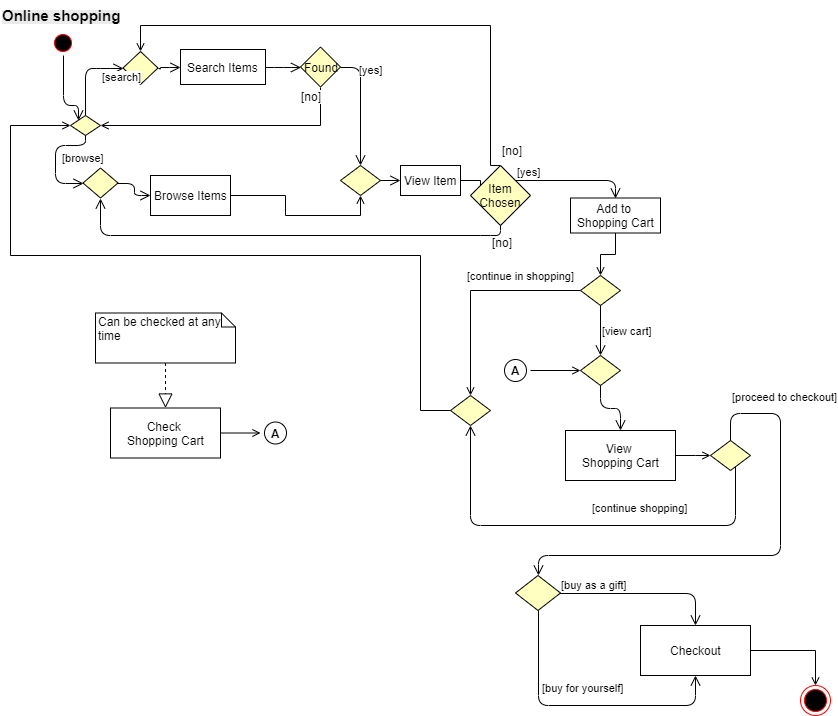
Before: term_work/docs/UML_activity_diagram.png, a diagram exported from draw.io (KubikJan7/IWWW). Source tidied: cells renumbered, new cells last; positions are measured from the earlier drawing's top-left corner, leaving out a move shared by most shapes. Its diagram source:
```xml
<mxGraphModel>
  <root>
    <mxCell id="0" />
    <mxCell id="1" parent="0" />
    <mxCell id="2" style="ellipse;html=1;shape=startState;fillColor=#000000;strokeColor=#ff0000;" parent="1" vertex="1">
      <mxGeometry x="50" y="30" width="25" height="25" as="geometry" />
    </mxCell>
    <mxCell id="3" style="edgeStyle=orthogonalEdgeStyle;html=1;verticalAlign=bottom;endArrow=open;endSize=8;strokeColor=#000000;entryX=0;entryY=0;exitX=0.5;exitY=1;" parent="1" edge="1" source="2" target="5">
      <mxGeometry relative="1" as="geometry">
        <Array as="points">
          <mxPoint x="63" y="105" />
          <mxPoint x="78" y="105" />
        </Array>
      </mxGeometry>
    </mxCell>
    <mxCell id="4" value="&lt;b style=&quot;color: rgb(0, 0, 0); font-family: Helvetica; font-size: 12px; font-style: normal; font-variant-ligatures: normal; font-variant-caps: normal; letter-spacing: normal; orphans: 2; text-align: center; text-indent: 0px; text-transform: none; white-space: nowrap; widows: 2; word-spacing: 0px; -webkit-text-stroke-width: 0px; background-color: rgb(235, 235, 235); text-decoration-style: initial; text-decoration-color: initial;&quot;&gt;&lt;font style=&quot;font-size: 15px;&quot;&gt;Online shopping&lt;/font&gt;&lt;/b&gt;" style="text;html=1;" parent="1" vertex="1">
      <mxGeometry width="140" height="30" as="geometry" />
    </mxCell>
    <mxCell id="5" style="rhombus;whiteSpace=wrap;html=1;fillColor=#ffffc0;strokeColor=#000000;" parent="1" vertex="1">
      <mxGeometry x="70" y="115" width="30" height="20" as="geometry" />
    </mxCell>
    <mxCell id="6" value="[browse]&lt;br&gt;" style="edgeStyle=orthogonalEdgeStyle;html=1;align=left;verticalAlign=top;endArrow=open;endSize=8;strokeColor=#000000;entryX=0;entryY=0.5;" parent="1" edge="1" source="5" target="16">
      <mxGeometry x="-0.34" relative="1" as="geometry">
        <Array as="points">
          <mxPoint x="85" y="145" />
          <mxPoint x="55" y="145" />
          <mxPoint x="55" y="183" />
        </Array>
      </mxGeometry>
    </mxCell>
    <mxCell id="7" style="edgeStyle=orthogonalEdgeStyle;html=1;align=left;verticalAlign=bottom;endArrow=open;endSize=8;strokeColor=#000000;exitX=1;exitY=0.5;" parent="1" edge="1" source="10" target="14">
      <mxGeometry x="-0.82" y="50" relative="1" as="geometry" />
    </mxCell>
    <mxCell id="8" style="rhombus;whiteSpace=wrap;html=1;fillColor=#ffffc0;strokeColor=#000000;" parent="1" vertex="1">
      <mxGeometry x="122.5" y="51" width="35" height="33" as="geometry" />
    </mxCell>
    <mxCell id="9" value="[search]" style="edgeStyle=orthogonalEdgeStyle;html=1;align=left;verticalAlign=bottom;endArrow=open;endSize=8;strokeColor=#000000;exitX=0.5;exitY=0;entryX=0;entryY=0.5;" parent="1" edge="1" source="5" target="8">
      <mxGeometry x="0.47" y="-17" relative="1" as="geometry">
        <Array as="points">
          <mxPoint x="85" y="68" />
          <mxPoint x="100" y="68" />
        </Array>
      </mxGeometry>
    </mxCell>
    <mxCell id="10" value="Search Items&lt;br&gt;" style="html=1;" parent="1" vertex="1">
      <mxGeometry x="180" y="49" width="85" height="35" as="geometry" />
    </mxCell>
    <mxCell id="11" style="edgeStyle=orthogonalEdgeStyle;html=1;align=left;verticalAlign=bottom;endArrow=open;endSize=8;strokeColor=#000000;entryX=0;entryY=0.5;entryDx=0;entryDy=0;exitX=1;exitY=0.5;exitDx=0;exitDy=0;" parent="1" edge="1" source="8" target="10">
      <mxGeometry x="-0.82" y="50" relative="1" as="geometry">
        <Array as="points">
          <mxPoint x="160" y="67" />
        </Array>
      </mxGeometry>
    </mxCell>
    <mxCell id="12" style="edgeStyle=orthogonalEdgeStyle;rounded=0;html=1;entryX=1;entryY=0.5;jettySize=auto;exitX=0.5;exitY=1;endArrow=open;endFill=0;" parent="1" edge="1" source="14" target="5">
      <mxGeometry relative="1" as="geometry">
        <Array as="points">
          <mxPoint x="320" y="125" />
        </Array>
      </mxGeometry>
    </mxCell>
    <mxCell id="13" value="[no]" style="text;html=1;align=center;verticalAlign=middle;labelBackgroundColor=#ffffff;" parent="12" vertex="1">
      <mxGeometry x="-0.72" y="-13" relative="1" as="geometry">
        <mxPoint x="3" y="-28" as="offset" />
      </mxGeometry>
    </mxCell>
    <mxCell id="14" value="Found" style="rhombus;whiteSpace=wrap;html=1;fillColor=#ffffc0;strokeColor=#000000;" parent="1" vertex="1">
      <mxGeometry x="300" y="46.5" width="40" height="40" as="geometry" />
    </mxCell>
    <mxCell id="15" value="[yes]" style="edgeStyle=orthogonalEdgeStyle;html=1;align=left;verticalAlign=top;endArrow=open;endSize=8;strokeColor=#000000;exitX=1;exitY=0.5;" parent="1" edge="1" source="14" target="18">
      <mxGeometry x="-0.71" y="10" relative="1" as="geometry">
        <Array as="points">
          <mxPoint x="360" y="67" />
          <mxPoint x="360" y="180" />
        </Array>
      </mxGeometry>
    </mxCell>
    <mxCell id="16" style="rhombus;whiteSpace=wrap;html=1;fillColor=#ffffc0;strokeColor=#000000;" parent="1" vertex="1">
      <mxGeometry x="82.5" y="167.5" width="35" height="30" as="geometry" />
    </mxCell>
    <mxCell id="17" style="edgeStyle=orthogonalEdgeStyle;html=1;align=left;verticalAlign=bottom;endArrow=open;endSize=8;strokeColor=#000000;" parent="1" edge="1" source="16" target="21">
      <mxGeometry x="-1" relative="1" as="geometry" />
    </mxCell>
    <mxCell id="18" style="rhombus;whiteSpace=wrap;html=1;fillColor=#ffffc0;strokeColor=#000000;" parent="1" vertex="1">
      <mxGeometry x="340" y="165" width="40" height="30" as="geometry" />
    </mxCell>
    <mxCell id="19" style="edgeStyle=orthogonalEdgeStyle;html=1;align=left;verticalAlign=bottom;endArrow=open;endSize=8;strokeColor=#000000;" parent="1" edge="1" source="18" target="23">
      <mxGeometry x="-1" relative="1" as="geometry" />
    </mxCell>
    <mxCell id="20" style="edgeStyle=orthogonalEdgeStyle;rounded=0;html=1;entryX=0.5;entryY=1;jettySize=auto;strokeColor=#000000;endArrow=open;endFill=0;" parent="1" edge="1" source="21" target="18">
      <mxGeometry relative="1" as="geometry" />
    </mxCell>
    <mxCell id="21" value="Browse Items" style="html=1;strokeColor=#000000;" parent="1" vertex="1">
      <mxGeometry x="150" y="175" width="80" height="40" as="geometry" />
    </mxCell>
    <mxCell id="22" style="edgeStyle=orthogonalEdgeStyle;rounded=0;html=1;entryX=0;entryY=0.5;jettySize=auto;strokeColor=#000000;" parent="1" edge="1" source="23" target="25">
      <mxGeometry relative="1" as="geometry" />
    </mxCell>
    <mxCell id="23" value="View Item" style="html=1;strokeColor=#000000;" parent="1" vertex="1">
      <mxGeometry x="400" y="165" width="60" height="30" as="geometry" />
    </mxCell>
    <mxCell id="24" style="edgeStyle=orthogonalEdgeStyle;rounded=0;html=1;jettySize=auto;strokeColor=#000000;entryX=0.5;entryY=0;exitX=0.5;exitY=0;endArrow=open;endFill=0;" parent="1" edge="1" source="25" target="8">
      <mxGeometry relative="1" as="geometry">
        <Array as="points">
          <mxPoint x="490" y="25" />
          <mxPoint x="140" y="25" />
        </Array>
      </mxGeometry>
    </mxCell>
    <mxCell id="25" value="Item Chosen" style="rhombus;whiteSpace=wrap;html=1;fillColor=#ffffc0;strokeColor=#000000;" parent="1" vertex="1">
      <mxGeometry x="470" y="165" width="60" height="60" as="geometry" />
    </mxCell>
    <mxCell id="26" value="[yes]&lt;br&gt;" style="edgeStyle=orthogonalEdgeStyle;html=1;align=left;verticalAlign=bottom;endArrow=open;endSize=8;strokeColor=#000000;entryX=0.5;entryY=0;" parent="1" edge="1" source="25" target="29">
      <mxGeometry x="-1" relative="1" as="geometry">
        <Array as="points">
          <mxPoint x="615" y="180" />
        </Array>
      </mxGeometry>
    </mxCell>
    <mxCell id="27" style="edgeStyle=orthogonalEdgeStyle;html=1;align=left;verticalAlign=top;endArrow=open;endSize=8;strokeColor=#000000;entryX=0.5;entryY=1;exitX=0.5;exitY=1;" parent="1" edge="1" source="25" target="16">
      <mxGeometry x="-1" relative="1" as="geometry">
        <Array as="points">
          <mxPoint x="490" y="235" />
          <mxPoint x="65" y="235" />
        </Array>
      </mxGeometry>
    </mxCell>
    <mxCell id="28" style="edgeStyle=orthogonalEdgeStyle;rounded=0;html=1;entryX=0.5;entryY=0;jettySize=auto;strokeColor=#000000;endArrow=open;endFill=0;" parent="1" edge="1" source="29" target="33">
      <mxGeometry relative="1" as="geometry" />
    </mxCell>
    <mxCell id="29" value="Add to &lt;br&gt;Shopping Cart" style="html=1;strokeColor=#000000;" parent="1" vertex="1">
      <mxGeometry x="570" y="197.5" width="90" height="35" as="geometry" />
    </mxCell>
    <mxCell id="30" value="[no]" style="text;html=1;align=left;verticalAlign=top;spacingTop=-4;" parent="1" vertex="1">
      <mxGeometry x="500" y="141" width="40" height="20" as="geometry" />
    </mxCell>
    <mxCell id="31" value="[no]" style="text;html=1;align=left;verticalAlign=top;spacingTop=-4;" parent="1" vertex="1">
      <mxGeometry x="490" y="233" width="40" height="20" as="geometry" />
    </mxCell>
    <mxCell id="32" value="[continue in shopping]" style="edgeStyle=orthogonalEdgeStyle;rounded=0;html=1;jettySize=auto;strokeColor=#000000;endArrow=open;endFill=0;" parent="1" edge="1" source="33" target="43">
      <mxGeometry x="-0.44" y="-15" relative="1" as="geometry" />
    </mxCell>
    <mxCell id="33" style="rhombus;whiteSpace=wrap;html=1;fillColor=#ffffc0;strokeColor=#000000;" parent="1" vertex="1">
      <mxGeometry x="580" y="275" width="40" height="30" as="geometry" />
    </mxCell>
    <mxCell id="34" value="[view cart]" style="edgeStyle=orthogonalEdgeStyle;html=1;align=left;verticalAlign=top;endArrow=open;endSize=8;strokeColor=#000000;" parent="1" edge="1" source="33" target="35">
      <mxGeometry x="-0.5" relative="1" as="geometry" />
    </mxCell>
    <mxCell id="35" style="rhombus;whiteSpace=wrap;html=1;fillColor=#ffffc0;strokeColor=#000000;" parent="1" vertex="1">
      <mxGeometry x="580" y="355" width="40" height="30" as="geometry" />
    </mxCell>
    <mxCell id="36" style="edgeStyle=orthogonalEdgeStyle;html=1;align=left;verticalAlign=top;endArrow=open;endSize=8;strokeColor=#000000;" parent="1" edge="1" source="35" target="38">
      <mxGeometry x="-1" relative="1" as="geometry" />
    </mxCell>
    <mxCell id="37" style="edgeStyle=orthogonalEdgeStyle;rounded=0;html=1;jettySize=auto;strokeColor=#000000;endArrow=open;endFill=0;" parent="1" edge="1" source="38" target="39">
      <mxGeometry relative="1" as="geometry">
        <Array as="points">
          <mxPoint x="695" y="455" />
          <mxPoint x="695" y="455" />
        </Array>
      </mxGeometry>
    </mxCell>
    <mxCell id="38" value="View &lt;br&gt;Shopping Cart" style="html=1;strokeColor=#000000;" parent="1" vertex="1">
      <mxGeometry x="565" y="430" width="110" height="50" as="geometry" />
    </mxCell>
    <mxCell id="39" style="rhombus;whiteSpace=wrap;html=1;fillColor=#ffffc0;strokeColor=#000000;" parent="1" vertex="1">
      <mxGeometry x="710" y="440" width="40" height="30" as="geometry" />
    </mxCell>
    <mxCell id="40" value="[proceed to checkout]" style="edgeStyle=orthogonalEdgeStyle;html=1;align=left;verticalAlign=bottom;endArrow=open;endSize=8;strokeColor=#000000;entryX=0.5;entryY=0;" parent="1" edge="1" source="39" target="44">
      <mxGeometry x="-0.89" y="8" relative="1" as="geometry">
        <Array as="points">
          <mxPoint x="780" y="413" />
          <mxPoint x="780" y="555" />
          <mxPoint x="538" y="555" />
        </Array>
      </mxGeometry>
    </mxCell>
    <mxCell id="41" value="[continue shopping]" style="edgeStyle=orthogonalEdgeStyle;html=1;align=left;verticalAlign=top;endArrow=open;endSize=8;strokeColor=#000000;entryX=0.5;entryY=1;" parent="1" edge="1" source="39" target="43">
      <mxGeometry x="-0.04" y="-30" relative="1" as="geometry">
        <Array as="points">
          <mxPoint x="735" y="525" />
          <mxPoint x="470" y="525" />
        </Array>
      </mxGeometry>
    </mxCell>
    <mxCell id="42" style="edgeStyle=orthogonalEdgeStyle;rounded=0;html=1;entryX=0;entryY=0.5;jettySize=auto;strokeColor=#000000;endArrow=open;endFill=0;" parent="1" edge="1" source="43" target="5">
      <mxGeometry relative="1" as="geometry">
        <Array as="points">
          <mxPoint x="420" y="410" />
          <mxPoint x="420" y="255" />
          <mxPoint x="10" y="255" />
          <mxPoint x="10" y="125" />
        </Array>
      </mxGeometry>
    </mxCell>
    <mxCell id="43" style="rhombus;whiteSpace=wrap;html=1;fillColor=#ffffc0;strokeColor=#000000;" parent="1" vertex="1">
      <mxGeometry x="450" y="395" width="40" height="30" as="geometry" />
    </mxCell>
    <mxCell id="44" style="rhombus;whiteSpace=wrap;html=1;fillColor=#ffffc0;strokeColor=#000000;" parent="1" vertex="1">
      <mxGeometry x="515" y="575" width="45" height="35" as="geometry" />
    </mxCell>
    <mxCell id="45" value="[buy as a gift]" style="edgeStyle=orthogonalEdgeStyle;html=1;align=left;verticalAlign=bottom;endArrow=open;endSize=8;strokeColor=#000000;" parent="1" edge="1" source="44" target="48">
      <mxGeometry x="-1" relative="1" as="geometry" />
    </mxCell>
    <mxCell id="46" value="[buy for yourself]" style="edgeStyle=orthogonalEdgeStyle;html=1;align=left;verticalAlign=top;endArrow=open;endSize=8;strokeColor=#000000;exitX=0.5;exitY=1;entryX=0.5;entryY=1;" parent="1" edge="1" source="44" target="48">
      <mxGeometry x="-0.54" y="2" relative="1" as="geometry">
        <Array as="points">
          <mxPoint x="538" y="705" />
          <mxPoint x="695" y="705" />
        </Array>
      </mxGeometry>
    </mxCell>
    <mxCell id="47" style="edgeStyle=orthogonalEdgeStyle;rounded=0;html=1;jettySize=auto;strokeColor=#000000;endArrow=open;endFill=0;" parent="1" edge="1" source="48" target="49">
      <mxGeometry relative="1" as="geometry" />
    </mxCell>
    <mxCell id="48" value="Checkout" style="html=1;strokeColor=#000000;" parent="1" vertex="1">
      <mxGeometry x="640" y="625" width="110" height="50" as="geometry" />
    </mxCell>
    <mxCell id="49" style="ellipse;html=1;shape=endState;fillColor=#000000;strokeColor=#ff0000;" parent="1" vertex="1">
      <mxGeometry x="800" y="685" width="30" height="30" as="geometry" />
    </mxCell>
    <mxCell id="50" style="edgeStyle=orthogonalEdgeStyle;rounded=0;html=1;jettySize=auto;strokeColor=#000000;entryX=0;entryY=0.5;endArrow=open;endFill=0;" parent="1" edge="1" source="51" target="35">
      <mxGeometry relative="1" as="geometry" />
    </mxCell>
    <mxCell id="51" value="&lt;b&gt;A&lt;/b&gt;" style="ellipse;html=1;shape=startState;fillColor=none;strokeColor=#000000;" parent="1" vertex="1">
      <mxGeometry x="500" y="355" width="30" height="30" as="geometry" />
    </mxCell>
    <mxCell id="52" value="&lt;b&gt;A&lt;/b&gt;" style="ellipse;html=1;shape=startState;fillColor=none;strokeColor=#000000;" parent="1" vertex="1">
      <mxGeometry x="260" y="417.5" width="30" height="30" as="geometry" />
    </mxCell>
    <mxCell id="53" value="Can be checked at any time" style="shape=note;whiteSpace=wrap;html=1;size=14;verticalAlign=top;align=left;spacingTop=-6;strokeColor=#000000;fillColor=none;" parent="1" vertex="1">
      <mxGeometry x="95" y="312.5" width="140" height="50" as="geometry" />
    </mxCell>
    <mxCell id="54" style="edgeStyle=orthogonalEdgeStyle;rounded=0;html=1;jettySize=auto;strokeColor=#000000;endArrow=open;endFill=0;" parent="1" edge="1" source="55" target="52">
      <mxGeometry relative="1" as="geometry" />
    </mxCell>
    <mxCell id="55" value="Check &lt;br&gt;Shopping Cart" style="html=1;strokeColor=#000000;fillColor=none;" parent="1" vertex="1">
      <mxGeometry x="110" y="407.5" width="110" height="50" as="geometry" />
    </mxCell>
    <mxCell id="56" style="endArrow=block;dashed=1;endFill=0;endSize=12;html=1;strokeColor=#000000;exitX=0.5;exitY=1;" parent="1" edge="1" source="53" target="55">
      <mxGeometry relative="1" as="geometry" />
    </mxCell>
  </root>
</mxGraphModel>
```
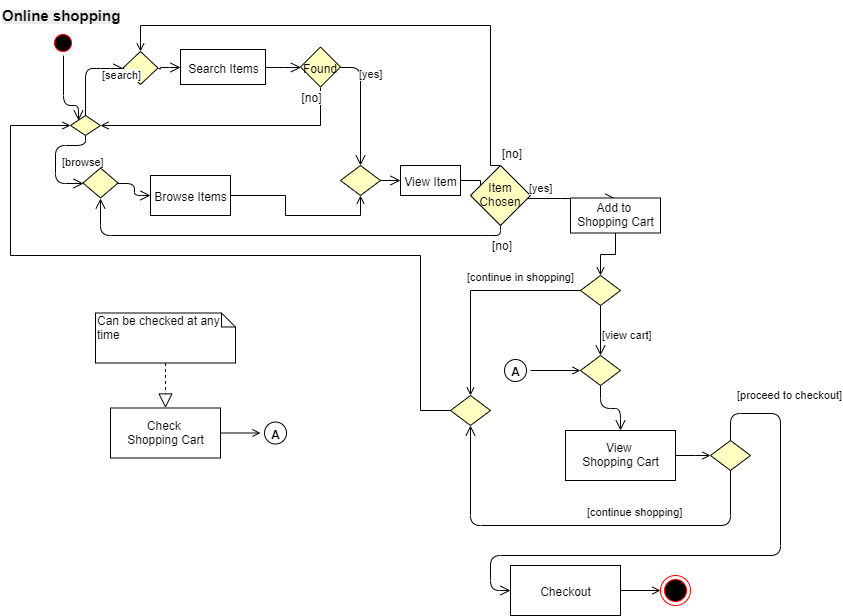
The same diagram one commit later.

What changed in the source:
```diff
@@ -35,7 +35,7 @@
       <mxGeometry x="122.5" y="51" width="35" height="33" as="geometry" />
     </mxCell>
     <mxCell id="9" value="[search]" style="edgeStyle=orthogonalEdgeStyle;html=1;align=left;verticalAlign=bottom;endArrow=open;endSize=8;strokeColor=#000000;exitX=0.5;exitY=0;entryX=0;entryY=0.5;" parent="1" edge="1" source="5" target="8">
-      <mxGeometry x="0.47" y="-17" relative="1" as="geometry">
+      <mxGeometry x="0.46" y="-17" relative="1" as="geometry">
         <Array as="points">
           <mxPoint x="85" y="68" />
           <mxPoint x="100" y="68" />
@@ -113,7 +113,8 @@
     <mxCell id="26" value="[yes]&lt;br&gt;" style="edgeStyle=orthogonalEdgeStyle;html=1;align=left;verticalAlign=bottom;endArrow=open;endSize=8;strokeColor=#000000;entryX=0.5;entryY=0;" parent="1" edge="1" source="25" target="29">
       <mxGeometry x="-1" relative="1" as="geometry">
         <Array as="points">
-          <mxPoint x="615" y="180" />
+          <mxPoint x="570" y="198" />
+          <mxPoint x="570" y="198" />
         </Array>
       </mxGeometry>
     </mxCell>
@@ -166,19 +167,21 @@
     <mxCell id="39" style="rhombus;whiteSpace=wrap;html=1;fillColor=#ffffc0;strokeColor=#000000;" parent="1" vertex="1">
       <mxGeometry x="710" y="440" width="40" height="30" as="geometry" />
     </mxCell>
-    <mxCell id="40" value="[proceed to checkout]" style="edgeStyle=orthogonalEdgeStyle;html=1;align=left;verticalAlign=bottom;endArrow=open;endSize=8;strokeColor=#000000;entryX=0.5;entryY=0;" parent="1" edge="1" source="39" target="44">
+    <mxCell id="40" value="[proceed to checkout]" style="edgeStyle=orthogonalEdgeStyle;html=1;align=left;verticalAlign=bottom;endArrow=open;endSize=8;strokeColor=#000000;entryX=0;entryY=0.5;entryDx=0;entryDy=0;" parent="1" edge="1" source="39" target="48">
       <mxGeometry x="-0.89" y="8" relative="1" as="geometry">
         <Array as="points">
+          <mxPoint x="730" y="413" />
           <mxPoint x="780" y="413" />
           <mxPoint x="780" y="555" />
-          <mxPoint x="538" y="555" />
+          <mxPoint x="490" y="555" />
+          <mxPoint x="490" y="590" />
         </Array>
       </mxGeometry>
     </mxCell>
     <mxCell id="41" value="[continue shopping]" style="edgeStyle=orthogonalEdgeStyle;html=1;align=left;verticalAlign=top;endArrow=open;endSize=8;strokeColor=#000000;entryX=0.5;entryY=1;" parent="1" edge="1" source="39" target="43">
       <mxGeometry x="-0.04" y="-30" relative="1" as="geometry">
         <Array as="points">
-          <mxPoint x="735" y="525" />
+          <mxPoint x="730" y="525" />
           <mxPoint x="470" y="525" />
         </Array>
       </mxGeometry>
@@ -196,28 +199,14 @@
     <mxCell id="43" style="rhombus;whiteSpace=wrap;html=1;fillColor=#ffffc0;strokeColor=#000000;" parent="1" vertex="1">
       <mxGeometry x="450" y="395" width="40" height="30" as="geometry" />
     </mxCell>
-    <mxCell id="44" style="rhombus;whiteSpace=wrap;html=1;fillColor=#ffffc0;strokeColor=#000000;" parent="1" vertex="1">
-      <mxGeometry x="515" y="575" width="45" height="35" as="geometry" />
-    </mxCell>
-    <mxCell id="45" value="[buy as a gift]" style="edgeStyle=orthogonalEdgeStyle;html=1;align=left;verticalAlign=bottom;endArrow=open;endSize=8;strokeColor=#000000;" parent="1" edge="1" source="44" target="48">
-      <mxGeometry x="-1" relative="1" as="geometry" />
-    </mxCell>
-    <mxCell id="46" value="[buy for yourself]" style="edgeStyle=orthogonalEdgeStyle;html=1;align=left;verticalAlign=top;endArrow=open;endSize=8;strokeColor=#000000;exitX=0.5;exitY=1;entryX=0.5;entryY=1;" parent="1" edge="1" source="44" target="48">
-      <mxGeometry x="-0.54" y="2" relative="1" as="geometry">
-        <Array as="points">
-          <mxPoint x="538" y="705" />
-          <mxPoint x="695" y="705" />
-        </Array>
-      </mxGeometry>
-    </mxCell>
     <mxCell id="47" style="edgeStyle=orthogonalEdgeStyle;rounded=0;html=1;jettySize=auto;strokeColor=#000000;endArrow=open;endFill=0;" parent="1" edge="1" source="48" target="49">
       <mxGeometry relative="1" as="geometry" />
     </mxCell>
     <mxCell id="48" value="Checkout" style="html=1;strokeColor=#000000;" parent="1" vertex="1">
-      <mxGeometry x="640" y="625" width="110" height="50" as="geometry" />
+      <mxGeometry x="510" y="565" width="110" height="50" as="geometry" />
     </mxCell>
     <mxCell id="49" style="ellipse;html=1;shape=endState;fillColor=#000000;strokeColor=#ff0000;" parent="1" vertex="1">
-      <mxGeometry x="800" y="685" width="30" height="30" as="geometry" />
+      <mxGeometry x="660" y="575" width="30" height="30" as="geometry" />
     </mxCell>
     <mxCell id="50" style="edgeStyle=orthogonalEdgeStyle;rounded=0;html=1;jettySize=auto;strokeColor=#000000;entryX=0;entryY=0.5;endArrow=open;endFill=0;" parent="1" edge="1" source="51" target="35">
       <mxGeometry relative="1" as="geometry" />
```
